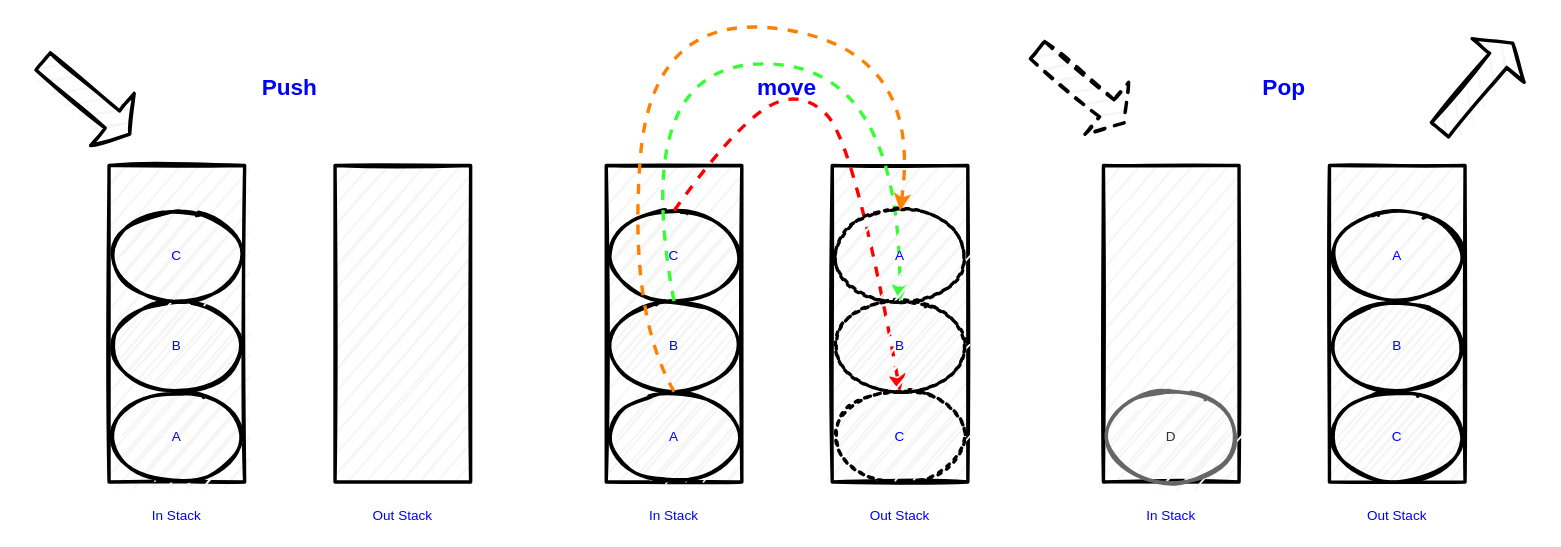
The draw.io diagram page "implement-queue-using-stacks" (4 of 6) of algorithms Diagram.drawio in DogBaoBao/diagrams, before the edit. Source tidied: cells renumbered, new cells numbered last; positions are measured from the earlier drawing's top-left corner, leaving out a move shared by most shapes. Both pictures are drawn from the tidied source at 113%, with x=0, y=0 at pixel (29, 7).
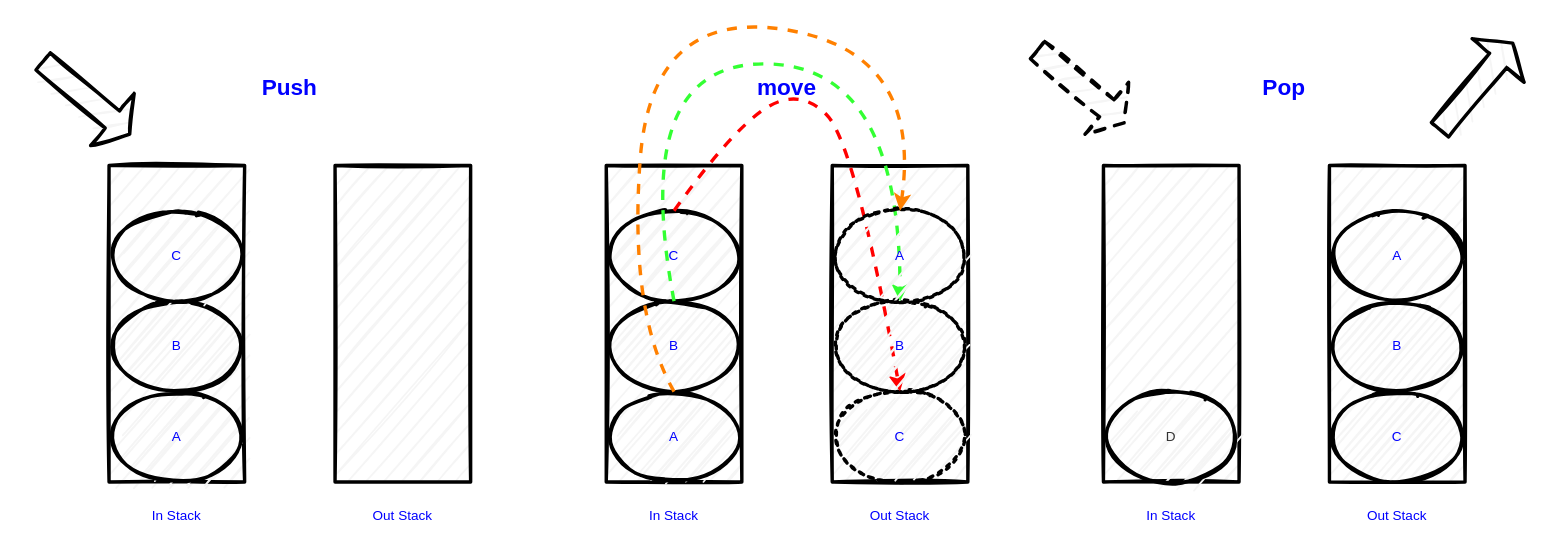
Above is the later version.

What changed in the source:
```diff
@@
-    <mxCell id="35" value="D" style="ellipse;whiteSpace=wrap;html=1;rounded=0;shadow=0;glass=0;labelBackgroundColor=none;sketch=1;strokeColor=#666666;strokeWidth=3;fillColor=#f5f5f5;fontColor=#333333;" parent="1" vertex="1">
+    <mxCell id="35" value="D" style="ellipse;whiteSpace=wrap;html=1;rounded=0;shadow=0;glass=0;labelBackgroundColor=none;sketch=1;strokeWidth=3;fillColor=#f5f5f5;fontColor=#333333;" parent="1" vertex="1">
       <mxGeometry x="950" y="340" width="120" height="80" as="geometry" />
     </mxCell>
```
